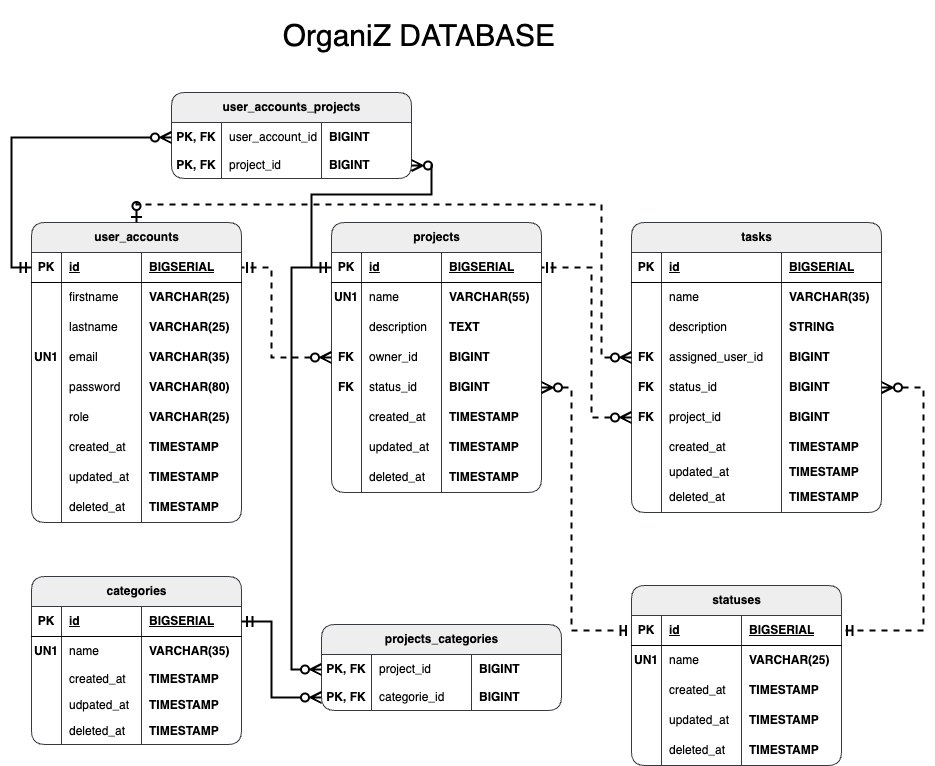
The draw.io diagram documentations/organiz_database.drawio.png in Pink0s/OrganiZ, before a commit. Source tidied: cells renumbered, new cells last; positions are measured from the earlier drawing's top-left corner, leaving out a move shared by most shapes.
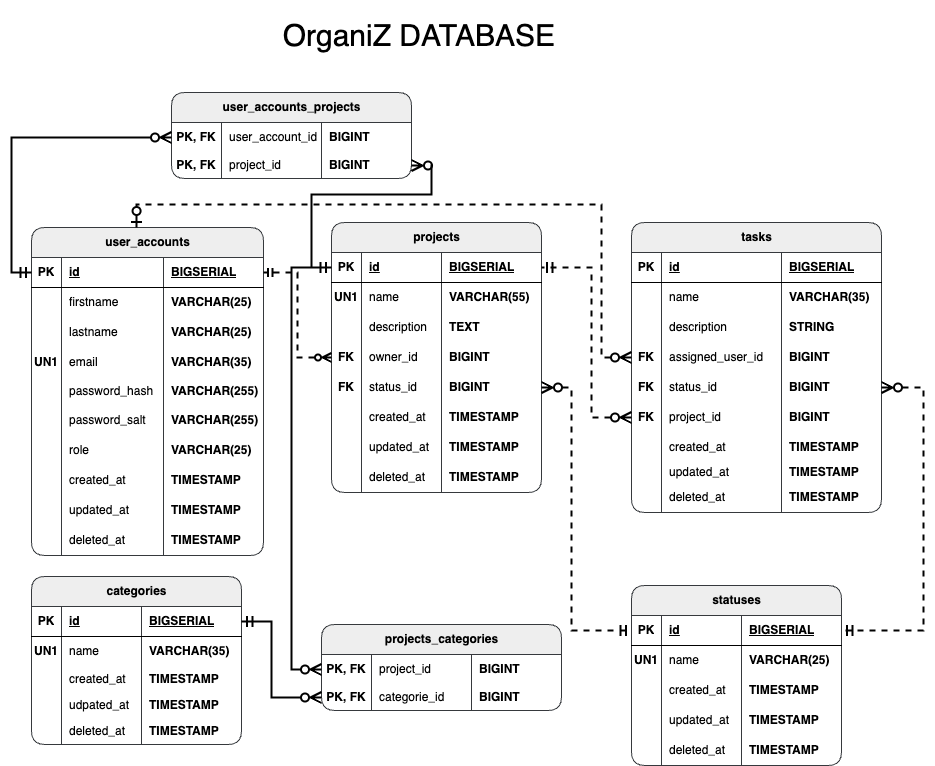
The same file after the commit.

Commit message:
feat(register): update db schema

The edit, as a diff of the source:
```diff
@@ -3,115 +3,127 @@
     <mxCell id="0" />
     <mxCell id="1" parent="0" />
     <mxCell id="2" value="user_accounts" style="shape=table;startSize=30;rowLines=0;fontStyle=1;align=center;html=1;fillColor=#eeeeee;strokeColor=#36393d;rounded=1;" parent="1" vertex="1">
-      <mxGeometry y="222" width="210" height="300" as="geometry" />
+      <mxGeometry y="227" width="232" height="328" as="geometry" />
     </mxCell>
     <mxCell id="3" style="shape=tableRow;horizontal=0;startSize=0;swimlaneHead=0;swimlaneBody=0;fillColor=none;points=[[0,0.5],[1,0.5]];portConstraint=eastwest;top=0;left=0;right=0;bottom=1;" parent="2" vertex="1">
-      <mxGeometry y="30" width="210" height="30" as="geometry" />
+      <mxGeometry y="30" width="232" height="30" as="geometry" />
     </mxCell>
     <mxCell id="4" value="PK" style="shape=partialRectangle;fillColor=none;top=0;left=0;bottom=0;right=0;fontStyle=1;overflow=hidden;whiteSpace=wrap;html=1;" parent="3" vertex="1">
       <mxGeometry width="30" height="30" as="geometry" />
     </mxCell>
     <mxCell id="5" value="id" style="shape=partialRectangle;fillColor=none;top=0;left=0;bottom=0;right=0;align=left;spacingLeft=6;fontStyle=5;overflow=hidden;whiteSpace=wrap;html=1;" parent="3" vertex="1">
-      <mxGeometry x="30" width="80" height="30" as="geometry" />
+      <mxGeometry x="30" width="102" height="30" as="geometry" />
     </mxCell>
     <mxCell id="6" value="BIGSERIAL" style="shape=partialRectangle;fillColor=none;top=0;left=0;bottom=0;right=0;align=left;spacingLeft=6;fontStyle=5;overflow=hidden;whiteSpace=wrap;html=1;" parent="3" vertex="1">
-      <mxGeometry x="110" width="100" height="30" as="geometry" />
+      <mxGeometry x="132" width="100" height="30" as="geometry" />
     </mxCell>
     <mxCell id="7" style="shape=tableRow;horizontal=0;startSize=0;swimlaneHead=0;swimlaneBody=0;fillColor=none;top=0;left=0;right=0;bottom=0;" parent="2" vertex="1">
-      <mxGeometry y="60" width="210" height="30" as="geometry" />
+      <mxGeometry y="60" width="232" height="30" as="geometry" />
     </mxCell>
     <mxCell id="8" style="shape=partialRectangle;fillColor=none;top=0;left=0;bottom=0;right=0;overflow=hidden;whiteSpace=wrap;html=1;" parent="7" vertex="1">
       <mxGeometry width="30" height="30" as="geometry" />
     </mxCell>
     <mxCell id="9" value="firstname" style="shape=partialRectangle;fillColor=none;top=0;left=0;bottom=0;right=0;align=left;spacingLeft=6;overflow=hidden;whiteSpace=wrap;html=1;" parent="7" vertex="1">
-      <mxGeometry x="30" width="80" height="30" as="geometry" />
+      <mxGeometry x="30" width="102" height="30" as="geometry" />
     </mxCell>
     <mxCell id="10" value="&lt;b&gt;VARCHAR(25)&lt;/b&gt;" style="shape=partialRectangle;fillColor=none;top=0;left=0;bottom=0;right=0;align=left;spacingLeft=6;overflow=hidden;whiteSpace=wrap;html=1;" parent="7" vertex="1">
-      <mxGeometry x="110" width="100" height="30" as="geometry" />
+      <mxGeometry x="132" width="100" height="30" as="geometry" />
     </mxCell>
     <mxCell id="11" style="shape=tableRow;horizontal=0;startSize=0;swimlaneHead=0;swimlaneBody=0;fillColor=none;top=0;left=0;right=0;bottom=0;" parent="2" vertex="1">
-      <mxGeometry y="90" width="210" height="30" as="geometry" />
+      <mxGeometry y="90" width="232" height="30" as="geometry" />
     </mxCell>
     <mxCell id="12" style="shape=partialRectangle;fillColor=none;top=0;left=0;bottom=0;right=0;overflow=hidden;whiteSpace=wrap;html=1;" parent="11" vertex="1">
       <mxGeometry width="30" height="30" as="geometry" />
     </mxCell>
     <mxCell id="13" value="lastname" style="shape=partialRectangle;fillColor=none;top=0;left=0;bottom=0;right=0;align=left;spacingLeft=6;overflow=hidden;whiteSpace=wrap;html=1;" parent="11" vertex="1">
-      <mxGeometry x="30" width="80" height="30" as="geometry" />
+      <mxGeometry x="30" width="102" height="30" as="geometry" />
     </mxCell>
     <mxCell id="14" value="&lt;b&gt;VARCHAR(25)&lt;/b&gt;" style="shape=partialRectangle;fillColor=none;top=0;left=0;bottom=0;right=0;align=left;spacingLeft=6;overflow=hidden;whiteSpace=wrap;html=1;" parent="11" vertex="1">
-      <mxGeometry x="110" width="100" height="30" as="geometry" />
+      <mxGeometry x="132" width="100" height="30" as="geometry" />
     </mxCell>
     <mxCell id="15" style="shape=tableRow;horizontal=0;startSize=0;swimlaneHead=0;swimlaneBody=0;fillColor=none;top=0;left=0;right=0;bottom=0;" parent="2" vertex="1">
-      <mxGeometry y="120" width="210" height="30" as="geometry" />
+      <mxGeometry y="120" width="232" height="30" as="geometry" />
     </mxCell>
     <mxCell id="16" value="&lt;b&gt;UN1&lt;/b&gt;" style="shape=partialRectangle;fillColor=none;top=0;left=0;bottom=0;right=0;overflow=hidden;whiteSpace=wrap;html=1;" parent="15" vertex="1">
       <mxGeometry width="30" height="30" as="geometry" />
     </mxCell>
     <mxCell id="17" value="email" style="shape=partialRectangle;fillColor=none;top=0;left=0;bottom=0;right=0;align=left;spacingLeft=6;overflow=hidden;whiteSpace=wrap;html=1;" parent="15" vertex="1">
-      <mxGeometry x="30" width="80" height="30" as="geometry" />
+      <mxGeometry x="30" width="102" height="30" as="geometry" />
     </mxCell>
     <mxCell id="18" value="&lt;b&gt;VARCHAR(35)&lt;/b&gt;" style="shape=partialRectangle;fillColor=none;top=0;left=0;bottom=0;right=0;align=left;spacingLeft=6;overflow=hidden;whiteSpace=wrap;html=1;" parent="15" vertex="1">
-      <mxGeometry x="110" width="100" height="30" as="geometry" />
+      <mxGeometry x="132" width="100" height="30" as="geometry" />
     </mxCell>
     <mxCell id="19" style="shape=tableRow;horizontal=0;startSize=0;swimlaneHead=0;swimlaneBody=0;fillColor=none;top=0;left=0;right=0;bottom=0;" parent="2" vertex="1">
-      <mxGeometry y="150" width="210" height="30" as="geometry" />
+      <mxGeometry y="150" width="232" height="28" as="geometry" />
     </mxCell>
     <mxCell id="20" style="shape=partialRectangle;fillColor=none;top=0;left=0;bottom=0;right=0;overflow=hidden;whiteSpace=wrap;html=1;" parent="19" vertex="1">
-      <mxGeometry width="30" height="30" as="geometry" />
+      <mxGeometry width="30" height="28" as="geometry" />
     </mxCell>
-    <mxCell id="21" value="password" style="shape=partialRectangle;fillColor=none;top=0;left=0;bottom=0;right=0;align=left;spacingLeft=6;overflow=hidden;whiteSpace=wrap;html=1;" parent="19" vertex="1">
-      <mxGeometry x="30" width="80" height="30" as="geometry" />
+    <mxCell id="21" value="password_hash" style="shape=partialRectangle;fillColor=none;top=0;left=0;bottom=0;right=0;align=left;spacingLeft=6;overflow=hidden;whiteSpace=wrap;html=1;" parent="19" vertex="1">
+      <mxGeometry x="30" width="102" height="28" as="geometry" />
     </mxCell>
-    <mxCell id="22" value="&lt;b&gt;VARCHAR(80)&lt;/b&gt;" style="shape=partialRectangle;fillColor=none;top=0;left=0;bottom=0;right=0;align=left;spacingLeft=6;overflow=hidden;whiteSpace=wrap;html=1;" parent="19" vertex="1">
-      <mxGeometry x="110" width="100" height="30" as="geometry" />
+    <mxCell id="22" value="&lt;b&gt;VARCHAR(255)&lt;/b&gt;" style="shape=partialRectangle;fillColor=none;top=0;left=0;bottom=0;right=0;align=left;spacingLeft=6;overflow=hidden;whiteSpace=wrap;html=1;" parent="19" vertex="1">
+      <mxGeometry x="132" width="100" height="28" as="geometry" />
     </mxCell>
+    <mxCell id="179" style="shape=tableRow;horizontal=0;startSize=0;swimlaneHead=0;swimlaneBody=0;fillColor=none;top=0;left=0;right=0;bottom=0;" parent="2" vertex="1">
+      <mxGeometry y="178" width="232" height="30" as="geometry" />
+    </mxCell>
+    <mxCell id="180" style="shape=partialRectangle;fillColor=none;top=0;left=0;bottom=0;right=0;overflow=hidden;whiteSpace=wrap;html=1;" parent="179" vertex="1">
+      <mxGeometry width="30" height="30" as="geometry" />
+    </mxCell>
+    <mxCell id="181" value="password_salt" style="shape=partialRectangle;fillColor=none;top=0;left=0;bottom=0;right=0;align=left;spacingLeft=6;overflow=hidden;whiteSpace=wrap;html=1;" parent="179" vertex="1">
+      <mxGeometry x="30" width="102" height="30" as="geometry" />
+    </mxCell>
+    <mxCell id="182" value="&lt;b&gt;VARCHAR(255)&lt;/b&gt;" style="shape=partialRectangle;fillColor=none;top=0;left=0;bottom=0;right=0;align=left;spacingLeft=6;overflow=hidden;whiteSpace=wrap;html=1;" parent="179" vertex="1">
+      <mxGeometry x="132" width="100" height="30" as="geometry" />
+    </mxCell>
     <mxCell id="23" style="shape=tableRow;horizontal=0;startSize=0;swimlaneHead=0;swimlaneBody=0;fillColor=none;top=0;left=0;right=0;bottom=0;" parent="2" vertex="1">
-      <mxGeometry y="180" width="210" height="30" as="geometry" />
+      <mxGeometry y="208" width="232" height="30" as="geometry" />
     </mxCell>
     <mxCell id="24" style="shape=partialRectangle;fillColor=none;top=0;left=0;bottom=0;right=0;overflow=hidden;whiteSpace=wrap;html=1;" parent="23" vertex="1">
       <mxGeometry width="30" height="30" as="geometry" />
     </mxCell>
     <mxCell id="25" value="role" style="shape=partialRectangle;fillColor=none;top=0;left=0;bottom=0;right=0;align=left;spacingLeft=6;overflow=hidden;whiteSpace=wrap;html=1;" parent="23" vertex="1">
-      <mxGeometry x="30" width="80" height="30" as="geometry" />
+      <mxGeometry x="30" width="102" height="30" as="geometry" />
     </mxCell>
     <mxCell id="26" value="&lt;b&gt;VARCHAR(25)&lt;/b&gt;" style="shape=partialRectangle;fillColor=none;top=0;left=0;bottom=0;right=0;align=left;spacingLeft=6;overflow=hidden;whiteSpace=wrap;html=1;" parent="23" vertex="1">
-      <mxGeometry x="110" width="100" height="30" as="geometry" />
+      <mxGeometry x="132" width="100" height="30" as="geometry" />
     </mxCell>
     <mxCell id="27" style="shape=tableRow;horizontal=0;startSize=0;swimlaneHead=0;swimlaneBody=0;fillColor=none;top=0;left=0;right=0;bottom=0;" parent="2" vertex="1">
-      <mxGeometry y="210" width="210" height="30" as="geometry" />
+      <mxGeometry y="238" width="232" height="30" as="geometry" />
     </mxCell>
     <mxCell id="28" style="shape=partialRectangle;fillColor=none;top=0;left=0;bottom=0;right=0;overflow=hidden;whiteSpace=wrap;html=1;" parent="27" vertex="1">
       <mxGeometry width="30" height="30" as="geometry" />
     </mxCell>
     <mxCell id="29" value="created_at" style="shape=partialRectangle;fillColor=none;top=0;left=0;bottom=0;right=0;align=left;spacingLeft=6;overflow=hidden;whiteSpace=wrap;html=1;" parent="27" vertex="1">
-      <mxGeometry x="30" width="80" height="30" as="geometry" />
+      <mxGeometry x="30" width="102" height="30" as="geometry" />
     </mxCell>
     <mxCell id="30" value="&lt;b&gt;TIMESTAMP&lt;/b&gt;" style="shape=partialRectangle;fillColor=none;top=0;left=0;bottom=0;right=0;align=left;spacingLeft=6;overflow=hidden;whiteSpace=wrap;html=1;" parent="27" vertex="1">
-      <mxGeometry x="110" width="100" height="30" as="geometry" />
+      <mxGeometry x="132" width="100" height="30" as="geometry" />
     </mxCell>
     <mxCell id="31" style="shape=tableRow;horizontal=0;startSize=0;swimlaneHead=0;swimlaneBody=0;fillColor=none;top=0;left=0;right=0;bottom=0;" parent="2" vertex="1">
-      <mxGeometry y="240" width="210" height="30" as="geometry" />
+      <mxGeometry y="268" width="232" height="30" as="geometry" />
     </mxCell>
     <mxCell id="32" style="shape=partialRectangle;fillColor=none;top=0;left=0;bottom=0;right=0;overflow=hidden;whiteSpace=wrap;html=1;" parent="31" vertex="1">
       <mxGeometry width="30" height="30" as="geometry" />
     </mxCell>
     <mxCell id="33" value="updated_at" style="shape=partialRectangle;fillColor=none;top=0;left=0;bottom=0;right=0;align=left;spacingLeft=6;overflow=hidden;whiteSpace=wrap;html=1;" parent="31" vertex="1">
-      <mxGeometry x="30" width="80" height="30" as="geometry" />
+      <mxGeometry x="30" width="102" height="30" as="geometry" />
     </mxCell>
     <mxCell id="34" value="&lt;b&gt;TIMESTAMP&lt;/b&gt;" style="shape=partialRectangle;fillColor=none;top=0;left=0;bottom=0;right=0;align=left;spacingLeft=6;overflow=hidden;whiteSpace=wrap;html=1;" parent="31" vertex="1">
-      <mxGeometry x="110" width="100" height="30" as="geometry" />
+      <mxGeometry x="132" width="100" height="30" as="geometry" />
     </mxCell>
     <mxCell id="35" style="shape=tableRow;horizontal=0;startSize=0;swimlaneHead=0;swimlaneBody=0;fillColor=none;top=0;left=0;right=0;bottom=0;" parent="2" vertex="1">
-      <mxGeometry y="270" width="210" height="30" as="geometry" />
+      <mxGeometry y="298" width="232" height="30" as="geometry" />
     </mxCell>
     <mxCell id="36" style="shape=partialRectangle;fillColor=none;top=0;left=0;bottom=0;right=0;overflow=hidden;whiteSpace=wrap;html=1;" parent="35" vertex="1">
       <mxGeometry width="30" height="30" as="geometry" />
     </mxCell>
     <mxCell id="37" value="deleted_at" style="shape=partialRectangle;fillColor=none;top=0;left=0;bottom=0;right=0;align=left;spacingLeft=6;overflow=hidden;whiteSpace=wrap;html=1;" parent="35" vertex="1">
-      <mxGeometry x="30" width="80" height="30" as="geometry" />
+      <mxGeometry x="30" width="102" height="30" as="geometry" />
     </mxCell>
     <mxCell id="38" value="&lt;b&gt;TIMESTAMP&lt;/b&gt;" style="shape=partialRectangle;fillColor=none;top=0;left=0;bottom=0;right=0;align=left;spacingLeft=6;overflow=hidden;whiteSpace=wrap;html=1;" parent="35" vertex="1">
-      <mxGeometry x="110" width="100" height="30" as="geometry" />
+      <mxGeometry x="132" width="100" height="30" as="geometry" />
     </mxCell>
     <mxCell id="39" value="projects" style="shape=table;startSize=30;rowLines=0;fontStyle=1;align=center;html=1;fillColor=#eeeeee;strokeColor=#36393d;rounded=1;" parent="1" vertex="1">
       <mxGeometry x="300" y="222" width="210" height="270" as="geometry" />
@@ -449,14 +461,6 @@
     <mxCell id="150" value="&lt;b&gt;TIMESTAMP&lt;/b&gt;" style="shape=partialRectangle;fillColor=none;top=0;left=0;bottom=0;right=0;align=left;spacingLeft=6;overflow=hidden;whiteSpace=wrap;html=1;" parent="147" vertex="1">
       <mxGeometry x="110" width="100" height="30" as="geometry" />
     </mxCell>
-    <mxCell id="151" style="edgeStyle=orthogonalEdgeStyle;rounded=0;jettySize=auto;html=1;exitX=0;exitY=0.5;exitDx=0;exitDy=0;entryX=1;entryY=0.5;entryDx=0;entryDy=0;dashed=1;endSize=8;strokeWidth=2;endArrow=ERmandOne;endFill=0;startArrow=ERzeroToMany;startFill=0;startSize=8;" parent="1" edge="1" source="52" target="3">
-      <mxGeometry relative="1" as="geometry">
-        <Array as="points">
-          <mxPoint x="240" y="357" />
-          <mxPoint x="240" y="267" />
-        </Array>
-      </mxGeometry>
-    </mxCell>
     <mxCell id="152" style="edgeStyle=orthogonalEdgeStyle;rounded=0;jettySize=auto;html=1;exitX=1;exitY=0.5;exitDx=0;exitDy=0;entryX=0;entryY=0.5;entryDx=0;entryDy=0;dashed=1;strokeWidth=2;endArrow=ERmandOne;endFill=0;startArrow=ERzeroToMany;startFill=0;endSize=8;startSize=8;" parent="1" edge="1" source="56" target="131">
       <mxGeometry relative="1" as="geometry">
         <Array as="points">
@@ -557,7 +561,7 @@
         </Array>
       </mxGeometry>
     </mxCell>
-    <mxCell id="176" style="edgeStyle=orthogonalEdgeStyle;rounded=0;jettySize=auto;html=1;exitX=0;exitY=0.5;exitDx=0;exitDy=0;entryX=0.5;entryY=0;entryDx=0;entryDy=0;strokeWidth=2;dashed=1;endArrow=ERzeroToOne;endFill=0;startArrow=ERzeroToMany;startFill=0;endSize=8;startSize=8;" parent="1" edge="1" source="85" target="2">
+    <mxCell id="176" style="edgeStyle=orthogonalEdgeStyle;rounded=0;jettySize=auto;html=1;exitX=0;exitY=0.5;exitDx=0;exitDy=0;strokeWidth=2;dashed=1;endArrow=ERzeroToOne;endFill=0;startArrow=ERzeroToMany;startFill=0;endSize=8;startSize=8;" parent="1" edge="1" source="85" target="2">
       <mxGeometry relative="1" as="geometry">
         <Array as="points">
           <mxPoint x="570" y="357" />
@@ -577,5 +581,8 @@
     <mxCell id="178" value="OrganiZ DATABASE&amp;nbsp;" style="text;html=1;align=center;verticalAlign=middle;whiteSpace=wrap;rounded=0;strokeWidth=1;fontSize=30;" parent="1" vertex="1">
       <mxGeometry x="182" width="420" height="70" as="geometry" />
     </mxCell>
+    <mxCell id="151" style="edgeStyle=orthogonalEdgeStyle;rounded=0;jettySize=auto;html=1;exitX=0;exitY=0.5;exitDx=0;exitDy=0;entryX=1;entryY=0.5;entryDx=0;entryDy=0;strokeWidth=2;dashed=1;endArrow=ERmandOne;endFill=0;startArrow=ERzeroToMany;startFill=0;" parent="1" edge="1" source="52" target="3">
+      <mxGeometry relative="1" as="geometry" />
+    </mxCell>
   </root>
 </mxGraphModel>
```
